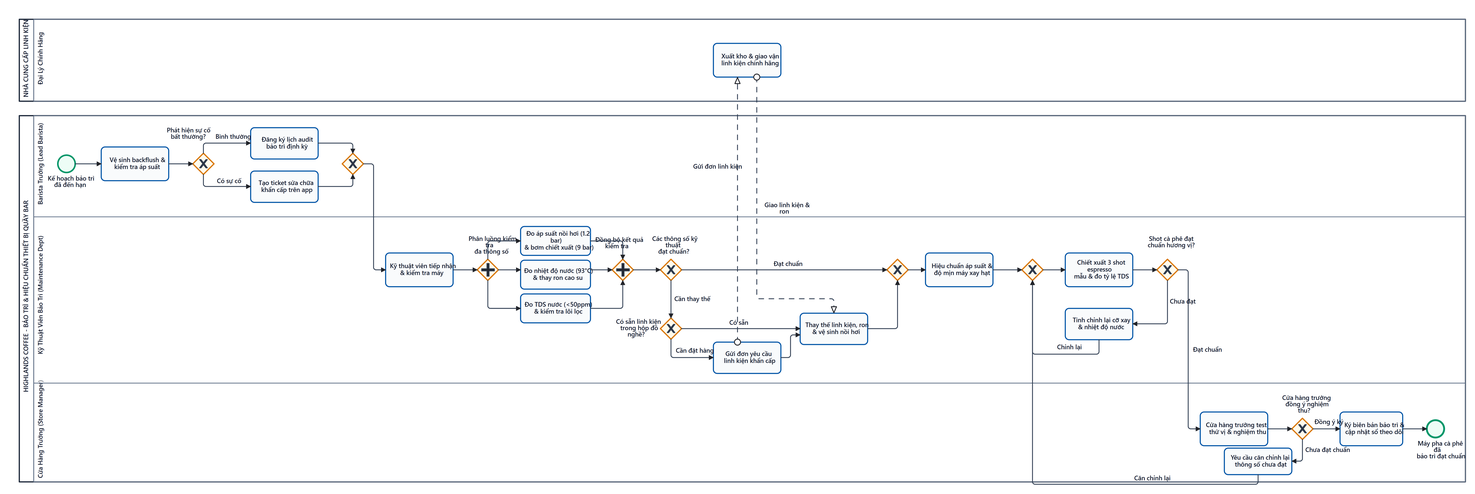
This is 03_NguyenDuyNhiem/SoDo_BPMN/bpmn_p10_bao_tri_may_pha.png from lavantien/IE203.F31.CN1.CNTT_Group6, a BPMN export, as it was before one commit. Its source is kept beside it as 03_NguyenDuyNhiem/SoDo_BPMN/bpmn_p10_bao_tri_may_pha.bpmn. Ids are renumbered.
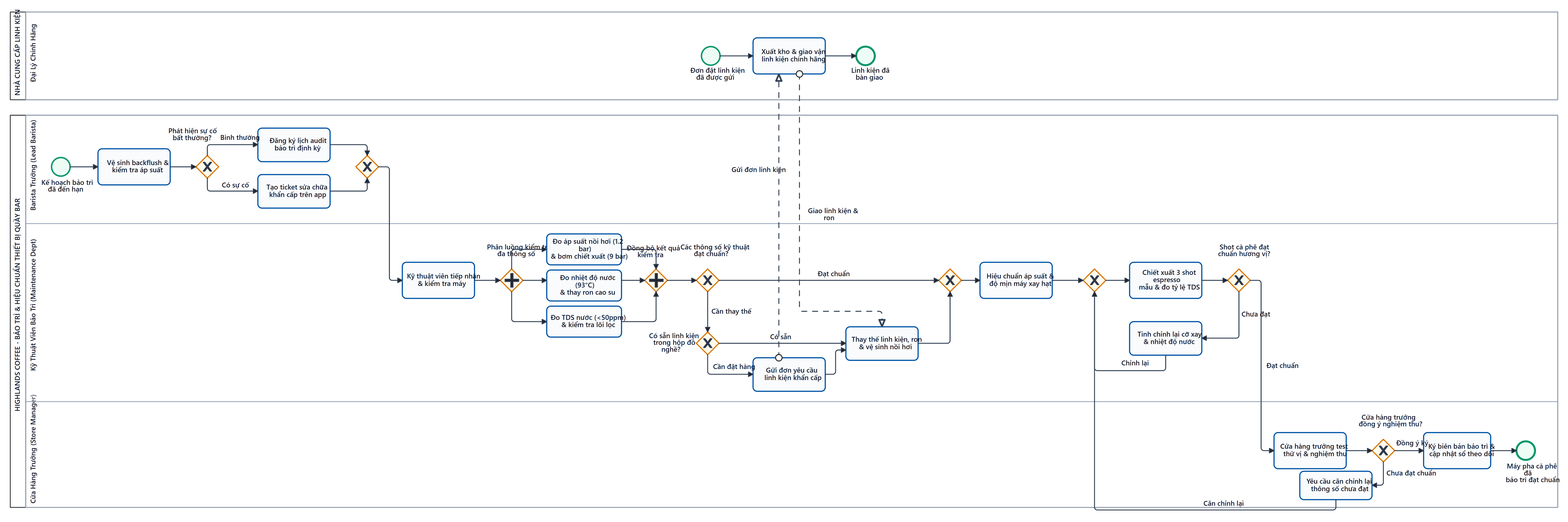
Later version of the same file.

Change to the diagram source:
```diff
@@ -8,10 +8,23 @@
   <bpmn:process id="Process_OEM" isExecutable="false">
     <bpmn:laneSet id="LaneSet_OEM">
       <bpmn:lane id="Lane_OEM" name="Đại Lý Chính Hãng">
+        <bpmn:flowNodeRef>Start_OEM</bpmn:flowNodeRef>
         <bpmn:flowNodeRef>Task_OEM_Supply</bpmn:flowNodeRef>
+        <bpmn:flowNodeRef>End_OEM</bpmn:flowNodeRef>
       </bpmn:lane>
     </bpmn:laneSet>
-    <bpmn:task id="Task_OEM_Supply" name="Xuất kho &amp; giao vận&#10;linh kiện chính hãng" />
+    <bpmn:startEvent id="Start_OEM" name="Đơn đặt linh kiện&#10;đã được gửi">
+      <bpmn:outgoing>F_OEM_1</bpmn:outgoing>
+    </bpmn:startEvent>
+    <bpmn:task id="Task_OEM_Supply" name="Xuất kho &amp; giao vận&#10;linh kiện chính hãng">
+      <bpmn:incoming>F_OEM_1</bpmn:incoming>
+      <bpmn:outgoing>F_OEM_2</bpmn:outgoing>
+    </bpmn:task>
+    <bpmn:endEvent id="End_OEM" name="Linh kiện đã&#10;bàn giao">
+      <bpmn:incoming>F_OEM_2</bpmn:incoming>
+    </bpmn:endEvent>
+    <bpmn:sequenceFlow id="F_OEM_1" sourceRef="Start_OEM" targetRef="Task_OEM_Supply" />
+    <bpmn:sequenceFlow id="F_OEM_2" sourceRef="Task_OEM_Supply" targetRef="End_OEM" />
   </bpmn:process>
   <bpmn:process id="Process_HL_P10" isExecutable="false">
     <bpmn:laneSet id="LaneSet_HL_P10">
@@ -114,7 +127,9 @@
     <bpmndi:BPMNPlane id="BPMNPlane_P10" bpmnElement="Collaboration_P10">
       <bpmndi:BPMNShape id="Pool_OEM_di" bpmnElement="Pool_OEM" isHorizontal="true"><dc:Bounds x="40" y="40" width="3000" height="170" /></bpmndi:BPMNShape>
       <bpmndi:BPMNShape id="Lane_OEM_di" bpmnElement="Lane_OEM" isHorizontal="true"><dc:Bounds x="70" y="40" width="2970" height="170" /></bpmndi:BPMNShape>
+      <bpmndi:BPMNShape id="Start_OEM_di" bpmnElement="Start_OEM"><dc:Bounds x="1380" y="107" width="36" height="36" /><bpmndi:BPMNLabel><dc:Bounds x="1355" y="148" width="90" height="27" /></bpmndi:BPMNLabel></bpmndi:BPMNShape>
       <bpmndi:BPMNShape id="Task_OEM_Supply_di" bpmnElement="Task_OEM_Supply"><dc:Bounds x="1480" y="90" width="140" height="70" /></bpmndi:BPMNShape>
+      <bpmndi:BPMNShape id="End_OEM_di" bpmnElement="End_OEM"><dc:Bounds x="1680" y="107" width="36" height="36" /><bpmndi:BPMNLabel><dc:Bounds x="1660" y="148" width="80" height="27" /></bpmndi:BPMNLabel></bpmndi:BPMNShape>
       <bpmndi:BPMNShape id="Pool_HL_di" bpmnElement="Pool_HL" isHorizontal="true"><dc:Bounds x="40" y="240" width="3000" height="760" /></bpmndi:BPMNShape>
       <bpmndi:BPMNShape id="Lane_Barista_di" bpmnElement="Lane_Barista" isHorizontal="true"><dc:Bounds x="70" y="240" width="2970" height="210" /></bpmndi:BPMNShape>
       <bpmndi:BPMNShape id="Lane_Tech_di" bpmnElement="Lane_Tech" isHorizontal="true"><dc:Bounds x="70" y="450" width="2970" height="345" /></bpmndi:BPMNShape>
@@ -181,6 +196,8 @@
       <bpmndi:BPMNEdge id="F_P10_10_di" bpmnElement="F_P10_10"><di:waypoint x="2910" y="890" /><di:waypoint x="2960" y="890" /></bpmndi:BPMNEdge>
       <bpmndi:BPMNEdge id="MF_OrderPart_di" bpmnElement="MF_OrderPart"><di:waypoint x="1530" y="710" /><di:waypoint x="1530" y="160" /><bpmndi:BPMNLabel><dc:Bounds x="1440" y="340" width="80" height="27" /></bpmndi:BPMNLabel></bpmndi:BPMNEdge>
       <bpmndi:BPMNEdge id="MF_DeliverPart_di" bpmnElement="MF_DeliverPart"><di:waypoint x="1570" y="160" /><di:waypoint x="1570" y="620" /><di:waypoint x="1730" y="620" /><di:waypoint x="1730" y="650" /><bpmndi:BPMNLabel><dc:Bounds x="1580" y="420" width="90" height="27" /></bpmndi:BPMNLabel></bpmndi:BPMNEdge>
+      <bpmndi:BPMNEdge id="F_OEM_1_di" bpmnElement="F_OEM_1"><di:waypoint x="1416" y="125" /><di:waypoint x="1480" y="125" /></bpmndi:BPMNEdge>
+      <bpmndi:BPMNEdge id="F_OEM_2_di" bpmnElement="F_OEM_2"><di:waypoint x="1620" y="125" /><di:waypoint x="1680" y="125" /></bpmndi:BPMNEdge>
     </bpmndi:BPMNPlane>
   </bpmndi:BPMNDiagram>
 </bpmn:definitions>
```
